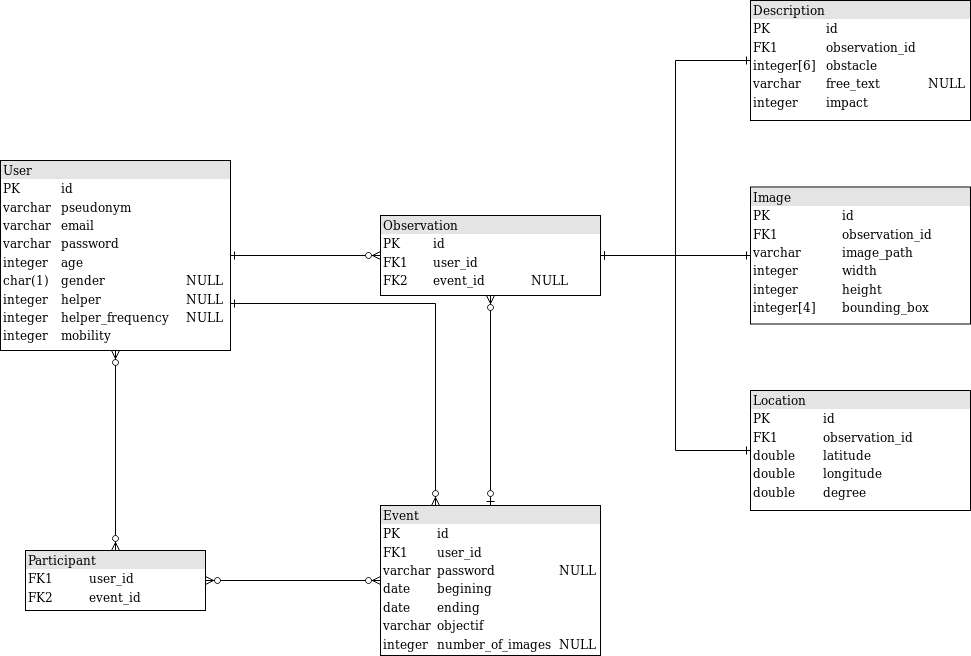
MediaComem/modos keeps this draw.io diagram as backend/modos-db.png. Above is the earlier version. Source tidied: cells renumbered, new cells last; positions are measured from the earlier drawing's top-left corner, leaving out a move shared by most shapes.
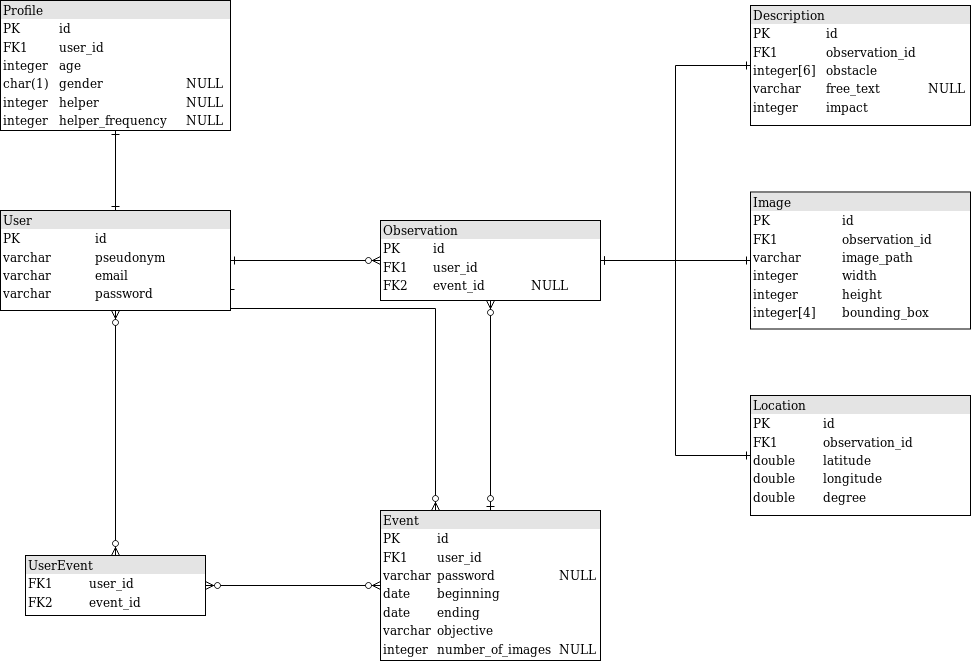
Above is the later version.

Commit message:
split users table into two tables (user and profile) and refactor according to the changes

The edit, as a diff of the source:
```diff
@@ -2,19 +2,19 @@
   <root>
     <mxCell id="0" />
     <mxCell id="1" parent="0" />
-    <mxCell id="2" style="edgeStyle=orthogonalEdgeStyle;rounded=0;jettySize=auto;html=1;exitX=1;exitY=0.5;exitDx=0;exitDy=0;startArrow=ERone;startFill=0;endArrow=ERzeroToMany;endFill=1;" parent="1" edge="1" source="4" target="8">
-      <mxGeometry relative="1" as="geometry" />
-    </mxCell>
-    <mxCell id="3" style="edgeStyle=orthogonalEdgeStyle;rounded=0;jettySize=auto;html=1;exitX=1;exitY=0.75;exitDx=0;exitDy=0;entryX=0.25;entryY=0;entryDx=0;entryDy=0;startArrow=ERone;startFill=0;endArrow=ERzeroToMany;endFill=1;" parent="1" edge="1" source="4" target="10">
-      <mxGeometry relative="1" as="geometry">
-        <Array as="points">
-          <mxPoint x="435" y="303" />
-        </Array>
-      </mxGeometry>
-    </mxCell>
-    <mxCell id="4" value="&lt;div style=&quot;box-sizing: border-box ; width: 100% ; background: #e4e4e4 ; padding: 2px&quot;&gt;User&lt;/div&gt;&lt;table style=&quot;width: 100% ; font-size: 1em&quot; cellspacing=&quot;0&quot; cellpadding=&quot;2&quot;&gt;&lt;tbody&gt;&lt;tr&gt;&lt;td&gt;PK&lt;/td&gt;&lt;td&gt;id&lt;br&gt;&lt;/td&gt;&lt;td&gt;&lt;br&gt;&lt;/td&gt;&lt;/tr&gt;&lt;tr&gt;&lt;td&gt;varchar&lt;br&gt;&lt;/td&gt;&lt;td&gt;pseudonym&lt;br&gt;&lt;/td&gt;&lt;td&gt;&lt;br&gt;&lt;/td&gt;&lt;/tr&gt;&lt;tr&gt;&lt;td&gt;varchar&lt;br&gt;&lt;/td&gt;&lt;td&gt;email&lt;br&gt;&lt;/td&gt;&lt;td&gt;&lt;br&gt;&lt;/td&gt;&lt;/tr&gt;&lt;tr&gt;&lt;td&gt;varchar&lt;br&gt;&lt;/td&gt;&lt;td&gt;password&lt;br&gt;&lt;/td&gt;&lt;td&gt;&lt;br&gt;&lt;/td&gt;&lt;/tr&gt;&lt;tr&gt;&lt;td&gt;integer&lt;br&gt;&lt;/td&gt;&lt;td&gt;age&lt;br&gt;&lt;/td&gt;&lt;td&gt;&lt;br&gt;&lt;/td&gt;&lt;/tr&gt;&lt;tr&gt;&lt;td&gt;char(1)&lt;br&gt;&lt;/td&gt;&lt;td&gt;gender&lt;br&gt;&lt;/td&gt;&lt;td&gt;NULL&lt;br&gt;&lt;/td&gt;&lt;/tr&gt;&lt;tr&gt;&lt;td&gt;integer&lt;br&gt;&lt;/td&gt;&lt;td&gt;helper&lt;br&gt;&lt;/td&gt;&lt;td&gt;NULL&lt;br&gt;&lt;/td&gt;&lt;/tr&gt;&lt;tr&gt;&lt;td&gt;integer&lt;br&gt;&lt;/td&gt;&lt;td&gt;helper_frequency&lt;br&gt;&lt;/td&gt;&lt;td&gt;NULL&lt;br&gt;&lt;/td&gt;&lt;/tr&gt;&lt;tr&gt;&lt;td&gt;integer&lt;br&gt;&lt;/td&gt;&lt;td&gt;mobility&lt;br&gt;&lt;/td&gt;&lt;td&gt;&lt;br&gt;&lt;/td&gt;&lt;/tr&gt;&lt;/tbody&gt;&lt;/table&gt;" style="verticalAlign=top;align=left;overflow=fill;html=1;rounded=0;shadow=0;comic=0;labelBackgroundColor=none;strokeColor=#000000;strokeWidth=1;fillColor=#ffffff;fontFamily=Verdana;fontSize=12;fontColor=#000000;" parent="1" vertex="1">
-      <mxGeometry y="160" width="230" height="190" as="geometry" />
-    </mxCell>
+    <mxCell id="17" style="edgeStyle=orthogonalEdgeStyle;rounded=0;jettySize=auto;html=1;exitX=1;exitY=0.5;exitDx=0;exitDy=0;startArrow=ERone;startFill=0;endArrow=ERzeroToMany;endFill=1;" parent="1" edge="1" source="19" target="8">
+      <mxGeometry relative="1" as="geometry" />
+    </mxCell>
+    <mxCell id="18" style="edgeStyle=orthogonalEdgeStyle;rounded=0;jettySize=auto;html=1;exitX=1;exitY=0.75;exitDx=0;exitDy=0;entryX=0.25;entryY=0;entryDx=0;entryDy=0;startArrow=ERone;startFill=0;endArrow=ERzeroToMany;endFill=1;" parent="1" edge="1" source="19" target="21">
+      <mxGeometry relative="1" as="geometry">
+        <Array as="points">
+          <mxPoint x="435" y="303" />
+        </Array>
+      </mxGeometry>
+    </mxCell>
+    <mxCell id="19" value="&lt;div style=&quot;box-sizing: border-box ; width: 100% ; background: #e4e4e4 ; padding: 2px&quot;&gt;User&lt;/div&gt;&lt;table style=&quot;width: 100% ; font-size: 1em&quot; cellspacing=&quot;0&quot; cellpadding=&quot;2&quot;&gt;&lt;tbody&gt;&lt;tr&gt;&lt;td&gt;PK&lt;/td&gt;&lt;td&gt;id&lt;br&gt;&lt;/td&gt;&lt;td&gt;&lt;br&gt;&lt;/td&gt;&lt;/tr&gt;&lt;tr&gt;&lt;td&gt;varchar&lt;br&gt;&lt;/td&gt;&lt;td&gt;pseudonym&lt;br&gt;&lt;/td&gt;&lt;td&gt;&lt;br&gt;&lt;/td&gt;&lt;/tr&gt;&lt;tr&gt;&lt;td&gt;varchar&lt;br&gt;&lt;/td&gt;&lt;td&gt;email&lt;br&gt;&lt;/td&gt;&lt;td&gt;&lt;br&gt;&lt;/td&gt;&lt;/tr&gt;&lt;tr&gt;&lt;td&gt;varchar&lt;br&gt;&lt;/td&gt;&lt;td&gt;password&lt;br&gt;&lt;/td&gt;&lt;td&gt;&lt;br&gt;&lt;/td&gt;&lt;/tr&gt;&lt;/tbody&gt;&lt;/table&gt;" style="verticalAlign=top;align=left;overflow=fill;html=1;rounded=0;shadow=0;comic=0;labelBackgroundColor=none;strokeColor=#000000;strokeWidth=1;fillColor=#ffffff;fontFamily=Verdana;fontSize=12;fontColor=#000000;" parent="1" vertex="1">
+      <mxGeometry y="205" width="230" height="100" as="geometry" />
+    </mxCell>
     <mxCell id="5" style="edgeStyle=orthogonalEdgeStyle;rounded=0;jettySize=auto;html=1;exitX=1;exitY=0.5;exitDx=0;exitDy=0;entryX=0;entryY=0.5;entryDx=0;entryDy=0;startArrow=ERone;startFill=0;endArrow=ERone;endFill=0;" parent="1" edge="1" source="8" target="14">
       <mxGeometry relative="1" as="geometry" />
     </mxCell>
@@ -27,21 +27,21 @@
     <mxCell id="8" value="&lt;div style=&quot;box-sizing: border-box ; width: 100% ; background: #e4e4e4 ; padding: 2px&quot;&gt;Observation&lt;br&gt;&lt;/div&gt;&lt;table style=&quot;width: 100% ; font-size: 1em&quot; cellspacing=&quot;0&quot; cellpadding=&quot;2&quot;&gt;&lt;tbody&gt;&lt;tr&gt;&lt;td&gt;PK&lt;/td&gt;&lt;td&gt;id&lt;br&gt;&lt;/td&gt;&lt;td&gt;&lt;br&gt;&lt;/td&gt;&lt;/tr&gt;&lt;tr&gt;&lt;td&gt;FK1&lt;/td&gt;&lt;td&gt;user_id&lt;br&gt;&lt;/td&gt;&lt;td&gt;&lt;br&gt;&lt;/td&gt;&lt;/tr&gt;&lt;tr&gt;&lt;td&gt;FK2&lt;br&gt;&lt;/td&gt;&lt;td&gt;event_id&lt;br&gt;&lt;/td&gt;&lt;td&gt;NULL&lt;br&gt;&lt;/td&gt;&lt;/tr&gt;&lt;/tbody&gt;&lt;/table&gt;" style="verticalAlign=top;align=left;overflow=fill;html=1;rounded=0;shadow=0;comic=0;labelBackgroundColor=none;strokeColor=#000000;strokeWidth=1;fillColor=#ffffff;fontFamily=Verdana;fontSize=12;fontColor=#000000;" parent="1" vertex="1">
       <mxGeometry x="380" y="215" width="220" height="80" as="geometry" />
     </mxCell>
-    <mxCell id="9" style="edgeStyle=orthogonalEdgeStyle;rounded=0;jettySize=auto;html=1;exitX=0.5;exitY=0;exitDx=0;exitDy=0;entryX=0.5;entryY=1;entryDx=0;entryDy=0;startArrow=ERzeroToOne;startFill=1;endArrow=ERzeroToMany;endFill=1;" parent="1" edge="1" source="10" target="8">
-      <mxGeometry relative="1" as="geometry" />
-    </mxCell>
-    <mxCell id="10" value="&lt;div style=&quot;box-sizing: border-box ; width: 100% ; background: #e4e4e4 ; padding: 2px&quot;&gt;Event&lt;br&gt;&lt;/div&gt;&lt;table style=&quot;width: 100% ; font-size: 1em&quot; cellspacing=&quot;0&quot; cellpadding=&quot;2&quot;&gt;&lt;tbody&gt;&lt;tr&gt;&lt;td&gt;PK&lt;/td&gt;&lt;td&gt;id&lt;/td&gt;&lt;td&gt;&lt;br&gt;&lt;/td&gt;&lt;/tr&gt;&lt;tr&gt;&lt;td&gt;FK1&lt;/td&gt;&lt;td&gt;user_id&lt;br&gt;&lt;/td&gt;&lt;td&gt;&lt;br&gt;&lt;/td&gt;&lt;/tr&gt;&lt;tr&gt;&lt;td&gt;varchar&lt;br&gt;&lt;/td&gt;&lt;td&gt;password&lt;br&gt;&lt;/td&gt;&lt;td&gt;NULL&lt;br&gt;&lt;/td&gt;&lt;/tr&gt;&lt;tr&gt;&lt;td&gt;date&lt;br&gt;&lt;/td&gt;&lt;td&gt;begining&lt;br&gt;&lt;/td&gt;&lt;td&gt;&lt;br&gt;&lt;/td&gt;&lt;/tr&gt;&lt;tr&gt;&lt;td&gt;date&lt;br&gt;&lt;/td&gt;&lt;td&gt;ending&lt;br&gt;&lt;/td&gt;&lt;td&gt;&lt;br&gt;&lt;/td&gt;&lt;/tr&gt;&lt;tr&gt;&lt;td&gt;varchar&lt;br&gt;&lt;/td&gt;&lt;td&gt;objectif&lt;br&gt;&lt;/td&gt;&lt;td&gt;&lt;br&gt;&lt;/td&gt;&lt;/tr&gt;&lt;tr&gt;&lt;td&gt;integer&lt;br&gt;&lt;/td&gt;&lt;td&gt;number_of_images&lt;br&gt;&lt;/td&gt;&lt;td&gt;NULL&lt;br&gt;&lt;/td&gt;&lt;/tr&gt;&lt;/tbody&gt;&lt;/table&gt;" style="verticalAlign=top;align=left;overflow=fill;html=1;rounded=0;shadow=0;comic=0;labelBackgroundColor=none;strokeColor=#000000;strokeWidth=1;fillColor=#ffffff;fontFamily=Verdana;fontSize=12;fontColor=#000000;" parent="1" vertex="1">
-      <mxGeometry x="380" y="505" width="220" height="150" as="geometry" />
-    </mxCell>
-    <mxCell id="11" style="edgeStyle=orthogonalEdgeStyle;rounded=0;jettySize=auto;html=1;exitX=1;exitY=0.5;exitDx=0;exitDy=0;entryX=0;entryY=0.5;entryDx=0;entryDy=0;startArrow=ERzeroToMany;startFill=1;endArrow=ERzeroToMany;endFill=1;" parent="1" edge="1" source="12" target="10">
-      <mxGeometry relative="1" as="geometry" />
-    </mxCell>
-    <mxCell id="12" value="&lt;div style=&quot;box-sizing: border-box ; width: 100% ; background: #e4e4e4 ; padding: 2px&quot;&gt;Participant&lt;br&gt;&lt;/div&gt;&lt;table style=&quot;width: 100% ; font-size: 1em&quot; cellspacing=&quot;0&quot; cellpadding=&quot;2&quot;&gt;&lt;tbody&gt;&lt;tr&gt;&lt;td&gt;FK1&lt;/td&gt;&lt;td&gt;user_id&lt;br&gt;&lt;/td&gt;&lt;/tr&gt;&lt;tr&gt;&lt;td&gt;FK2&lt;/td&gt;&lt;td&gt;event_id&lt;br&gt;&lt;/td&gt;&lt;/tr&gt;&lt;/tbody&gt;&lt;/table&gt;" style="verticalAlign=top;align=left;overflow=fill;html=1;rounded=0;shadow=0;comic=0;labelBackgroundColor=none;strokeColor=#000000;strokeWidth=1;fillColor=#ffffff;fontFamily=Verdana;fontSize=12;fontColor=#000000;" parent="1" vertex="1">
-      <mxGeometry x="25" y="550" width="180" height="60" as="geometry" />
-    </mxCell>
-    <mxCell id="13" style="edgeStyle=orthogonalEdgeStyle;html=1;endArrow=ERzeroToMany;startArrow=ERzeroToMany;labelBackgroundColor=none;fontFamily=Verdana;fontSize=12;align=left;exitX=0.5;exitY=1;entryX=0.5;entryY=0;startFill=1;endFill=1;" parent="1" edge="1" source="4" target="12">
-      <mxGeometry relative="1" as="geometry" />
-    </mxCell>
+    <mxCell id="20" style="edgeStyle=orthogonalEdgeStyle;rounded=0;jettySize=auto;html=1;exitX=0.5;exitY=0;exitDx=0;exitDy=0;entryX=0.5;entryY=1;entryDx=0;entryDy=0;startArrow=ERzeroToOne;startFill=1;endArrow=ERzeroToMany;endFill=1;" parent="1" edge="1" source="21" target="8">
+      <mxGeometry relative="1" as="geometry" />
+    </mxCell>
+    <mxCell id="21" value="&lt;div style=&quot;box-sizing: border-box ; width: 100% ; background: #e4e4e4 ; padding: 2px&quot;&gt;Event&lt;br&gt;&lt;/div&gt;&lt;table style=&quot;width: 100% ; font-size: 1em&quot; cellspacing=&quot;0&quot; cellpadding=&quot;2&quot;&gt;&lt;tbody&gt;&lt;tr&gt;&lt;td&gt;PK&lt;/td&gt;&lt;td&gt;id&lt;/td&gt;&lt;td&gt;&lt;br&gt;&lt;/td&gt;&lt;/tr&gt;&lt;tr&gt;&lt;td&gt;FK1&lt;/td&gt;&lt;td&gt;user_id&lt;br&gt;&lt;/td&gt;&lt;td&gt;&lt;br&gt;&lt;/td&gt;&lt;/tr&gt;&lt;tr&gt;&lt;td&gt;varchar&lt;br&gt;&lt;/td&gt;&lt;td&gt;password&lt;br&gt;&lt;/td&gt;&lt;td&gt;NULL&lt;br&gt;&lt;/td&gt;&lt;/tr&gt;&lt;tr&gt;&lt;td&gt;date&lt;br&gt;&lt;/td&gt;&lt;td&gt;beginning&lt;br&gt;&lt;/td&gt;&lt;td&gt;&lt;br&gt;&lt;/td&gt;&lt;/tr&gt;&lt;tr&gt;&lt;td&gt;date&lt;br&gt;&lt;/td&gt;&lt;td&gt;ending&lt;br&gt;&lt;/td&gt;&lt;td&gt;&lt;br&gt;&lt;/td&gt;&lt;/tr&gt;&lt;tr&gt;&lt;td&gt;varchar&lt;br&gt;&lt;/td&gt;&lt;td&gt;objective&lt;br&gt;&lt;/td&gt;&lt;td&gt;&lt;br&gt;&lt;/td&gt;&lt;/tr&gt;&lt;tr&gt;&lt;td&gt;integer&lt;br&gt;&lt;/td&gt;&lt;td&gt;number_of_images&lt;br&gt;&lt;/td&gt;&lt;td&gt;NULL&lt;br&gt;&lt;/td&gt;&lt;/tr&gt;&lt;/tbody&gt;&lt;/table&gt;" style="verticalAlign=top;align=left;overflow=fill;html=1;rounded=0;shadow=0;comic=0;labelBackgroundColor=none;strokeColor=#000000;strokeWidth=1;fillColor=#ffffff;fontFamily=Verdana;fontSize=12;fontColor=#000000;" parent="1" vertex="1">
+      <mxGeometry x="380" y="505" width="220" height="150" as="geometry" />
+    </mxCell>
+    <mxCell id="22" style="edgeStyle=orthogonalEdgeStyle;rounded=0;jettySize=auto;html=1;exitX=1;exitY=0.5;exitDx=0;exitDy=0;entryX=0;entryY=0.5;entryDx=0;entryDy=0;startArrow=ERzeroToMany;startFill=1;endArrow=ERzeroToMany;endFill=1;" parent="1" edge="1" source="23" target="21">
+      <mxGeometry relative="1" as="geometry" />
+    </mxCell>
+    <mxCell id="23" value="&lt;div style=&quot;box-sizing: border-box ; width: 100% ; background: #e4e4e4 ; padding: 2px&quot;&gt;UserEvent&lt;br&gt;&lt;/div&gt;&lt;table style=&quot;width: 100% ; font-size: 1em&quot; cellspacing=&quot;0&quot; cellpadding=&quot;2&quot;&gt;&lt;tbody&gt;&lt;tr&gt;&lt;td&gt;FK1&lt;/td&gt;&lt;td&gt;user_id&lt;br&gt;&lt;/td&gt;&lt;/tr&gt;&lt;tr&gt;&lt;td&gt;FK2&lt;/td&gt;&lt;td&gt;event_id&lt;br&gt;&lt;/td&gt;&lt;/tr&gt;&lt;/tbody&gt;&lt;/table&gt;" style="verticalAlign=top;align=left;overflow=fill;html=1;rounded=0;shadow=0;comic=0;labelBackgroundColor=none;strokeColor=#000000;strokeWidth=1;fillColor=#ffffff;fontFamily=Verdana;fontSize=12;fontColor=#000000;" parent="1" vertex="1">
+      <mxGeometry x="25" y="550" width="180" height="60" as="geometry" />
+    </mxCell>
+    <mxCell id="24" style="edgeStyle=orthogonalEdgeStyle;html=1;endArrow=ERzeroToMany;startArrow=ERzeroToMany;labelBackgroundColor=none;fontFamily=Verdana;fontSize=12;align=left;exitX=0.5;exitY=1;entryX=0.5;entryY=0;startFill=1;endFill=1;" parent="1" edge="1" source="19" target="23">
+      <mxGeometry relative="1" as="geometry" />
+    </mxCell>
     <mxCell id="14" value="&lt;div style=&quot;box-sizing: border-box ; width: 100% ; background: #e4e4e4 ; padding: 2px&quot;&gt;Description&lt;br&gt;&lt;/div&gt;&lt;table style=&quot;width: 100% ; font-size: 1em&quot; cellspacing=&quot;0&quot; cellpadding=&quot;2&quot;&gt;&lt;tbody&gt;&lt;tr&gt;&lt;td&gt;PK&lt;/td&gt;&lt;td&gt;id&lt;br&gt;&lt;/td&gt;&lt;td&gt;&lt;br&gt;&lt;/td&gt;&lt;/tr&gt;&lt;tr&gt;&lt;td&gt;FK1&lt;/td&gt;&lt;td&gt;observation_id&lt;br&gt;&lt;/td&gt;&lt;td&gt;&lt;br&gt;&lt;/td&gt;&lt;/tr&gt;&lt;tr&gt;&lt;td&gt;integer[6]&lt;br&gt;&lt;/td&gt;&lt;td&gt;obstacle&lt;br&gt;&lt;/td&gt;&lt;td&gt;&lt;br&gt;&lt;/td&gt;&lt;/tr&gt;&lt;tr&gt;&lt;td&gt;varchar&lt;br&gt;&lt;/td&gt;&lt;td&gt;free_text&lt;br&gt;&lt;/td&gt;&lt;td&gt;NULL&lt;br&gt;&lt;/td&gt;&lt;/tr&gt;&lt;tr&gt;&lt;td&gt;integer&lt;br&gt;&lt;/td&gt;&lt;td&gt;impact&lt;br&gt;&lt;/td&gt;&lt;td&gt;&lt;br&gt;&lt;/td&gt;&lt;/tr&gt;&lt;/tbody&gt;&lt;/table&gt;" style="verticalAlign=top;align=left;overflow=fill;html=1;rounded=0;shadow=0;comic=0;labelBackgroundColor=none;strokeColor=#000000;strokeWidth=1;fillColor=#ffffff;fontFamily=Verdana;fontSize=12;fontColor=#000000;" parent="1" vertex="1">
       <mxGeometry x="750" width="220" height="120" as="geometry" />
     </mxCell>
@@ -51,5 +51,11 @@
     <mxCell id="16" value="&lt;div style=&quot;box-sizing: border-box ; width: 100% ; background: #e4e4e4 ; padding: 2px&quot;&gt;Location&lt;br&gt;&lt;/div&gt;&lt;table style=&quot;width: 100% ; font-size: 1em&quot; cellspacing=&quot;0&quot; cellpadding=&quot;2&quot;&gt;&lt;tbody&gt;&lt;tr&gt;&lt;td&gt;PK&lt;/td&gt;&lt;td&gt;id&lt;br&gt;&lt;/td&gt;&lt;td&gt;&lt;br&gt;&lt;/td&gt;&lt;/tr&gt;&lt;tr&gt;&lt;td&gt;FK1&lt;/td&gt;&lt;td&gt;observation_id&lt;br&gt;&lt;/td&gt;&lt;td&gt;&lt;br&gt;&lt;/td&gt;&lt;/tr&gt;&lt;tr&gt;&lt;td&gt;double&lt;br&gt;&lt;/td&gt;&lt;td&gt;latitude&lt;br&gt;&lt;/td&gt;&lt;td&gt;&lt;br&gt;&lt;/td&gt;&lt;/tr&gt;&lt;tr&gt;&lt;td&gt;double&lt;br&gt;&lt;/td&gt;&lt;td&gt;longitude&lt;br&gt;&lt;/td&gt;&lt;td&gt;&lt;br&gt;&lt;/td&gt;&lt;/tr&gt;&lt;tr&gt;&lt;td&gt;double&lt;br&gt;&lt;/td&gt;&lt;td&gt;degree&lt;br&gt;&lt;/td&gt;&lt;td&gt;&lt;br&gt;&lt;/td&gt;&lt;/tr&gt;&lt;/tbody&gt;&lt;/table&gt;" style="verticalAlign=top;align=left;overflow=fill;html=1;rounded=0;shadow=0;comic=0;labelBackgroundColor=none;strokeColor=#000000;strokeWidth=1;fillColor=#ffffff;fontFamily=Verdana;fontSize=12;fontColor=#000000;" parent="1" vertex="1">
       <mxGeometry x="750" y="390" width="220" height="120" as="geometry" />
     </mxCell>
+    <mxCell id="25" value="&lt;div style=&quot;box-sizing: border-box ; width: 100% ; background: #e4e4e4 ; padding: 2px&quot;&gt;Profile&lt;br&gt;&lt;/div&gt;&lt;table style=&quot;width: 100% ; font-size: 1em&quot; cellspacing=&quot;0&quot; cellpadding=&quot;2&quot;&gt;&lt;tbody&gt;&lt;tr&gt;&lt;td&gt;PK&lt;/td&gt;&lt;td&gt;id&lt;br&gt;&lt;/td&gt;&lt;td&gt;&lt;br&gt;&lt;/td&gt;&lt;/tr&gt;&lt;tr&gt;&lt;td&gt;FK1&lt;br&gt;&lt;/td&gt;&lt;td&gt;user_id&lt;br&gt;&lt;/td&gt;&lt;td&gt;&lt;br&gt;&lt;/td&gt;&lt;/tr&gt;&lt;tr&gt;&lt;td&gt;integer&lt;br&gt;&lt;/td&gt;&lt;td&gt;age&lt;br&gt;&lt;/td&gt;&lt;td&gt;&lt;br&gt;&lt;/td&gt;&lt;/tr&gt;&lt;tr&gt;&lt;td&gt;char(1)&lt;br&gt;&lt;/td&gt;&lt;td&gt;gender&lt;br&gt;&lt;/td&gt;&lt;td&gt;NULL&lt;br&gt;&lt;/td&gt;&lt;/tr&gt;&lt;tr&gt;&lt;td&gt;integer&lt;br&gt;&lt;/td&gt;&lt;td&gt;helper&lt;br&gt;&lt;/td&gt;&lt;td&gt;NULL&lt;br&gt;&lt;/td&gt;&lt;/tr&gt;&lt;tr&gt;&lt;td&gt;integer&lt;br&gt;&lt;/td&gt;&lt;td&gt;helper_frequency&lt;br&gt;&lt;/td&gt;&lt;td&gt;NULL&lt;br&gt;&lt;/td&gt;&lt;/tr&gt;&lt;tr&gt;&lt;td&gt;integer&lt;br&gt;&lt;/td&gt;&lt;td&gt;mobility&lt;br&gt;&lt;/td&gt;&lt;td&gt;&lt;br&gt;&lt;/td&gt;&lt;/tr&gt;&lt;/tbody&gt;&lt;/table&gt;" style="verticalAlign=top;align=left;overflow=fill;html=1;rounded=0;shadow=0;comic=0;labelBackgroundColor=none;strokeColor=#000000;strokeWidth=1;fillColor=#ffffff;fontFamily=Verdana;fontSize=12;fontColor=#000000;" parent="1" vertex="1">
+      <mxGeometry y="-5" width="230" height="130" as="geometry" />
+    </mxCell>
+    <mxCell id="26" style="edgeStyle=orthogonalEdgeStyle;rounded=0;jettySize=auto;html=1;exitX=0.5;exitY=0;exitDx=0;exitDy=0;entryX=0.5;entryY=1;entryDx=0;entryDy=0;startArrow=ERone;startFill=0;endArrow=ERone;endFill=0;" parent="1" edge="1" source="19" target="25">
+      <mxGeometry relative="1" as="geometry" />
+    </mxCell>
   </root>
 </mxGraphModel>
```
